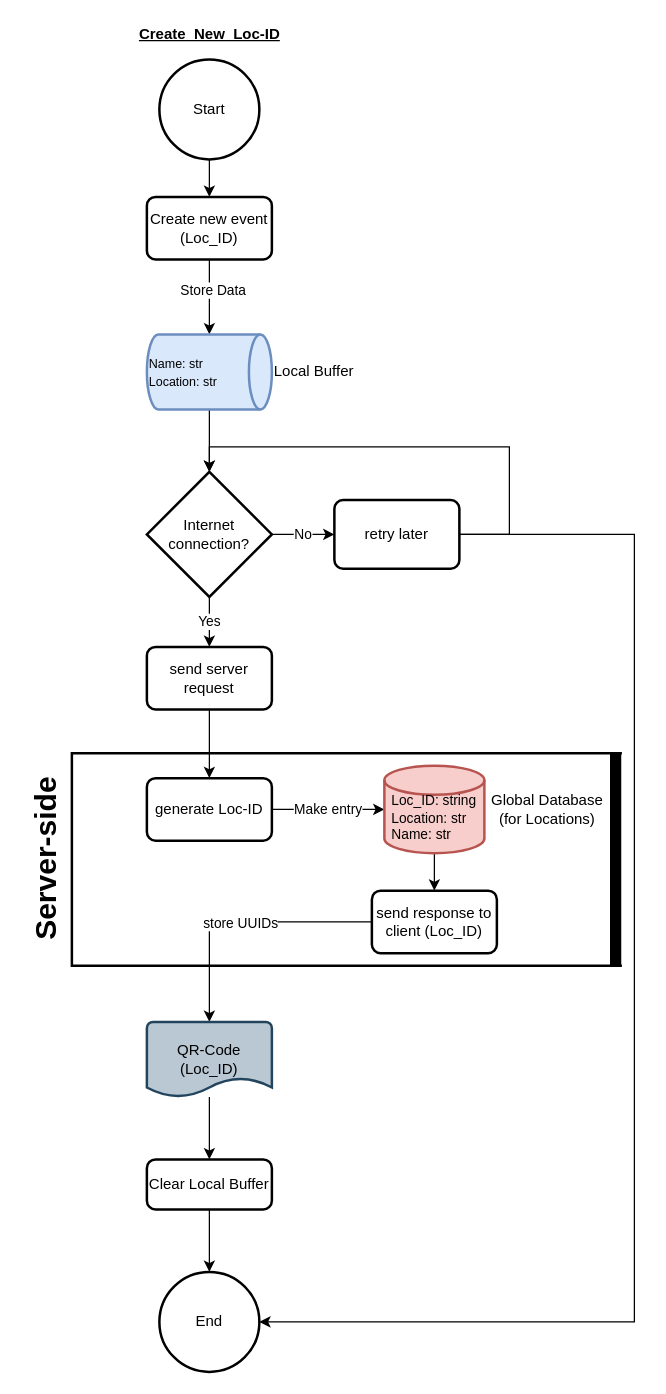
Above: page "Create_New_Loc-ID" (2 of 4) of server/data/planning/Tracer_Flowchart.drawio in michael-spengler/Tracer-wwi19dsa (draw.io), before the change. Source tidied: cells renumbered, new cells numbered last; positions are measured from the earlier drawing's top-left corner, leaving out a move shared by most shapes. Both pictures are drawn from the tidied source at 125%, with x=0, y=0 at pixel (-16, 21).
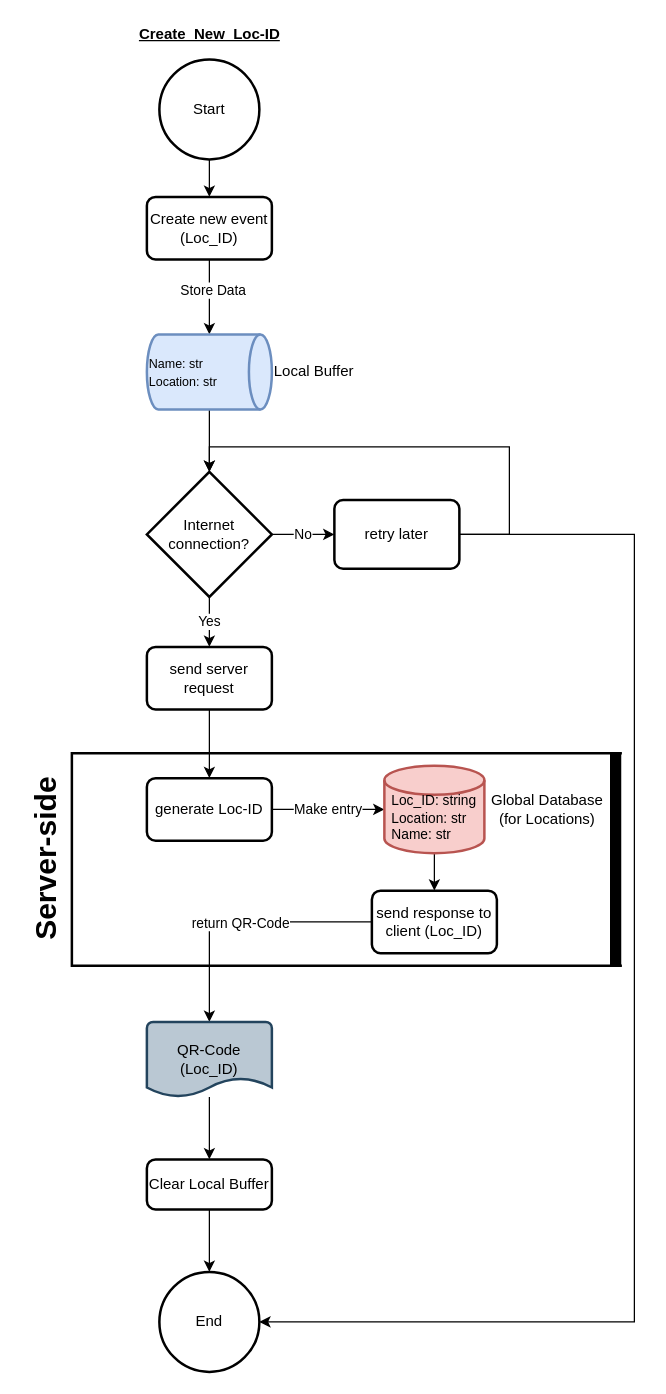
The same diagram, later.

The change refers to these unchanged cells:
```xml
<mxCell id="25" style="edgeStyle=orthogonalEdgeStyle;rounded=0;jettySize=auto;html=1;entryX=0.5;entryY=0;entryDx=0;entryDy=0;entryPerimeter=0;" parent="1" edge="1" source="27" target="33">
  <mxGeometry relative="1" as="geometry" />
</mxCell>
```

Change to the diagram source:
```diff
@@
-    <mxCell id="26" value="store UUIDs" style="edgeLabel;html=1;align=center;verticalAlign=middle;" parent="25" vertex="1">
+    <mxCell id="26" value="return QR-Code" style="edgeLabel;html=1;align=center;verticalAlign=middle;" parent="25" vertex="1">
       <mxGeometry x="0.11" y="2" relative="1" as="geometry">
         <mxPoint x="11.4" y="-2" as="offset" />
       </mxGeometry>
     </mxCell>
```
